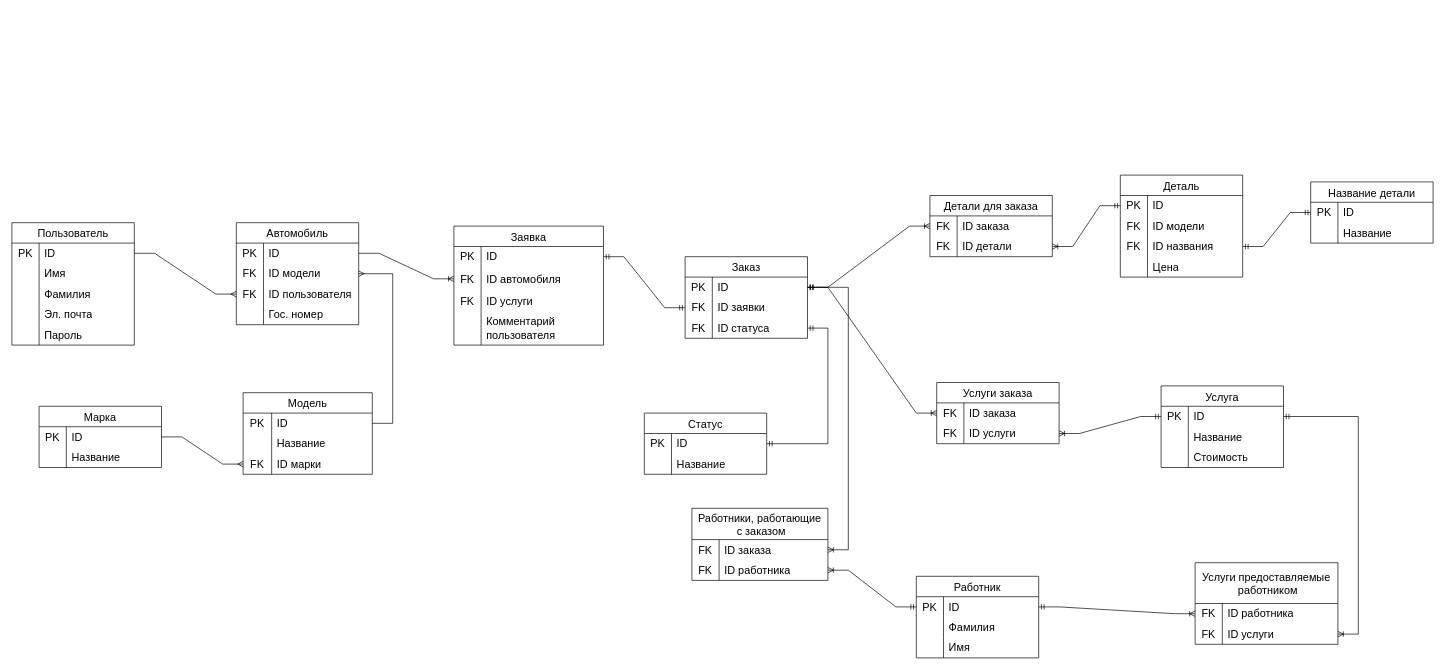
The draw.io diagram Autoservice.drawio in Lif0n/Kursach, before the edit. Source tidied: cells renumbered, new cells numbered last; positions are measured from the earlier drawing's top-left corner, leaving out a move shared by most shapes. Both pictures are drawn from the tidied source at 68%, with x=0, y=0 at pixel (12, 175).
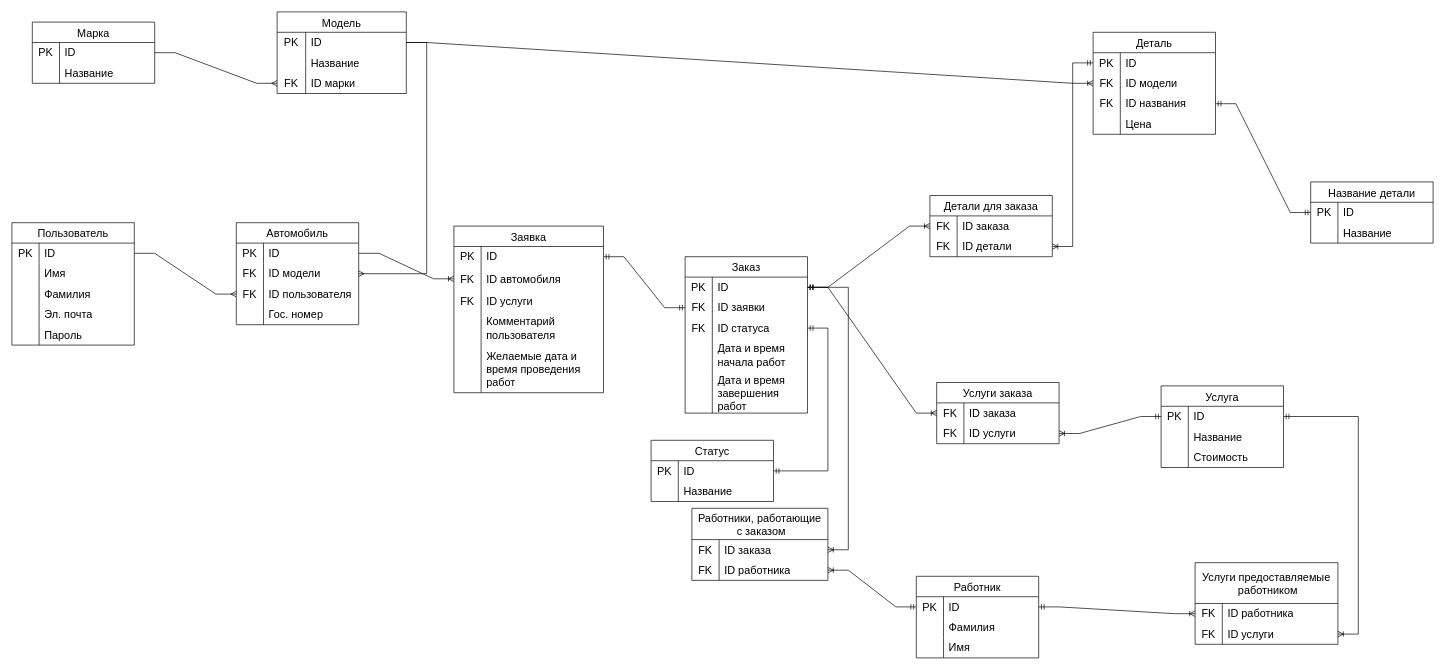
The same diagram, later.

The change refers to these unchanged cells:
```xml
<mxCell id="39" style="shape=tableRow;horizontal=0;startSize=0;swimlaneHead=0;swimlaneBody=0;top=0;left=0;bottom=0;right=0;fillColor=none;points=[[0,0.5],[1,0.5]];portConstraint=eastwest;strokeColor=inherit;fontSize=16;" parent="38" vertex="1">
  <mxGeometry y="30" width="190" height="30" as="geometry" />
</mxCell>
<mxCell id="86" style="shape=tableRow;horizontal=0;startSize=0;swimlaneHead=0;swimlaneBody=0;top=0;left=0;bottom=0;right=0;fillColor=none;points=[[0,0.5],[1,0.5]];portConstraint=eastwest;strokeColor=inherit;fontSize=16;" parent="82" vertex="1">
  <mxGeometry y="60" width="180" height="30" as="geometry" />
</mxCell>
```

What changed in the source:
```diff
@@
     <mxCell id="31" value="Марка" style="shape=table;startSize=30;childLayout=tableLayout;rowLines=0;fontStyle=0;strokeColor=default;fontSize=16;" parent="1" vertex="1">
-      <mxGeometry x="40" y="340" width="180" height="90" as="geometry" />
+      <mxGeometry x="30" y="-225" width="180" height="90" as="geometry" />
     </mxCell>
@@
     <mxCell id="38" value="Модель" style="shape=table;startSize=30;childLayout=tableLayout;rowLines=0;fontStyle=0;strokeColor=default;fontSize=16;" parent="1" vertex="1">
-      <mxGeometry x="340" y="320" width="190" height="120" as="geometry" />
+      <mxGeometry x="390" y="-240" width="190" height="120" as="geometry" />
     </mxCell>
@@
     <mxCell id="51" value="Заявка" style="shape=table;startSize=30;childLayout=tableLayout;rowLines=0;fontStyle=0;strokeColor=default;fontSize=16;" parent="1" vertex="1">
-      <mxGeometry x="650" y="75" width="220" height="175" as="geometry" />
+      <mxGeometry x="650" y="75" width="220" height="245" as="geometry" />
     </mxCell>
@@
+    <mxCell id="161" style="shape=tableRow;horizontal=0;startSize=0;swimlaneHead=0;swimlaneBody=0;top=0;left=0;bottom=0;right=0;fillColor=none;strokeColor=inherit;fontSize=16;" parent="51" vertex="1">
+      <mxGeometry y="175" width="220" height="70" as="geometry" />
+    </mxCell>
+    <mxCell id="162" style="shape=partialRectangle;html=1;whiteSpace=wrap;fillColor=none;top=0;left=0;bottom=0;right=0;overflow=hidden;strokeColor=inherit;fontSize=16;" parent="161" vertex="1">
+      <mxGeometry width="40" height="70" as="geometry" />
+    </mxCell>
+    <mxCell id="163" value="Желаемые дата и время проведения работ" style="shape=partialRectangle;html=1;whiteSpace=wrap;fillColor=none;top=0;left=0;bottom=0;right=0;align=left;spacingLeft=6;overflow=hidden;strokeColor=inherit;fontSize=16;" parent="161" vertex="1">
+      <mxGeometry x="40" width="180" height="70" as="geometry" />
+    </mxCell>
@@
     <mxCell id="75" value="Статус" style="shape=table;startSize=30;childLayout=tableLayout;rowLines=0;fontStyle=0;strokeColor=default;fontSize=16;" parent="1" vertex="1">
-      <mxGeometry x="930" y="350" width="180" height="90" as="geometry" />
+      <mxGeometry x="940" y="390" width="180" height="90" as="geometry" />
     </mxCell>
@@
     <mxCell id="82" value="Деталь" style="shape=table;startSize=30;childLayout=tableLayout;rowLines=0;fontStyle=0;strokeColor=default;fontSize=16;" parent="1" vertex="1">
-      <mxGeometry x="1630" width="180" height="150" as="geometry" />
+      <mxGeometry x="1590" y="-210" width="180" height="150" as="geometry" />
     </mxCell>
@@
     <mxCell id="110" value="Заказ" style="shape=table;startSize=30;childLayout=tableLayout;rowLines=0;fontStyle=0;strokeColor=default;fontSize=16;" parent="1" vertex="1">
-      <mxGeometry x="990" y="120" width="180" height="120" as="geometry" />
+      <mxGeometry x="990" y="120" width="180" height="230" as="geometry" />
     </mxCell>
@@
+    <mxCell id="164" style="shape=tableRow;horizontal=0;startSize=0;swimlaneHead=0;swimlaneBody=0;top=0;left=0;bottom=0;right=0;fillColor=none;strokeColor=inherit;fontSize=16;" parent="110" vertex="1">
+      <mxGeometry y="120" width="180" height="50" as="geometry" />
+    </mxCell>
+    <mxCell id="165" style="shape=partialRectangle;html=1;whiteSpace=wrap;fillColor=none;top=0;left=0;bottom=0;right=0;overflow=hidden;strokeColor=inherit;fontSize=16;" parent="164" vertex="1">
+      <mxGeometry width="40" height="50" as="geometry" />
+    </mxCell>
+    <mxCell id="166" value="Дата и время начала работ" style="shape=partialRectangle;html=1;whiteSpace=wrap;fillColor=none;top=0;left=0;bottom=0;right=0;align=left;spacingLeft=6;overflow=hidden;strokeColor=inherit;fontSize=16;" parent="164" vertex="1">
+      <mxGeometry x="40" width="140" height="50" as="geometry" />
+    </mxCell>
+    <mxCell id="167" style="shape=tableRow;horizontal=0;startSize=0;swimlaneHead=0;swimlaneBody=0;top=0;left=0;bottom=0;right=0;fillColor=none;strokeColor=inherit;fontSize=16;" parent="110" vertex="1">
+      <mxGeometry y="170" width="180" height="60" as="geometry" />
+    </mxCell>
+    <mxCell id="168" style="shape=partialRectangle;html=1;whiteSpace=wrap;fillColor=none;top=0;left=0;bottom=0;right=0;overflow=hidden;strokeColor=inherit;fontSize=16;" parent="167" vertex="1">
+      <mxGeometry width="40" height="60" as="geometry" />
+    </mxCell>
+    <mxCell id="169" value="Дата и время завершения работ" style="shape=partialRectangle;html=1;whiteSpace=wrap;fillColor=none;top=0;left=0;bottom=0;right=0;align=left;spacingLeft=6;overflow=hidden;strokeColor=inherit;fontSize=16;" parent="167" vertex="1">
+      <mxGeometry x="40" width="140" height="60" as="geometry" />
+    </mxCell>
@@
+    <mxCell id="170" style="edgeStyle=entityRelationEdgeStyle;fontSize=12;html=1;endArrow=ERoneToMany;rounded=0;" parent="1" edge="1" source="39" target="86">
+      <mxGeometry relative="1" as="geometry" />
+    </mxCell>
```
